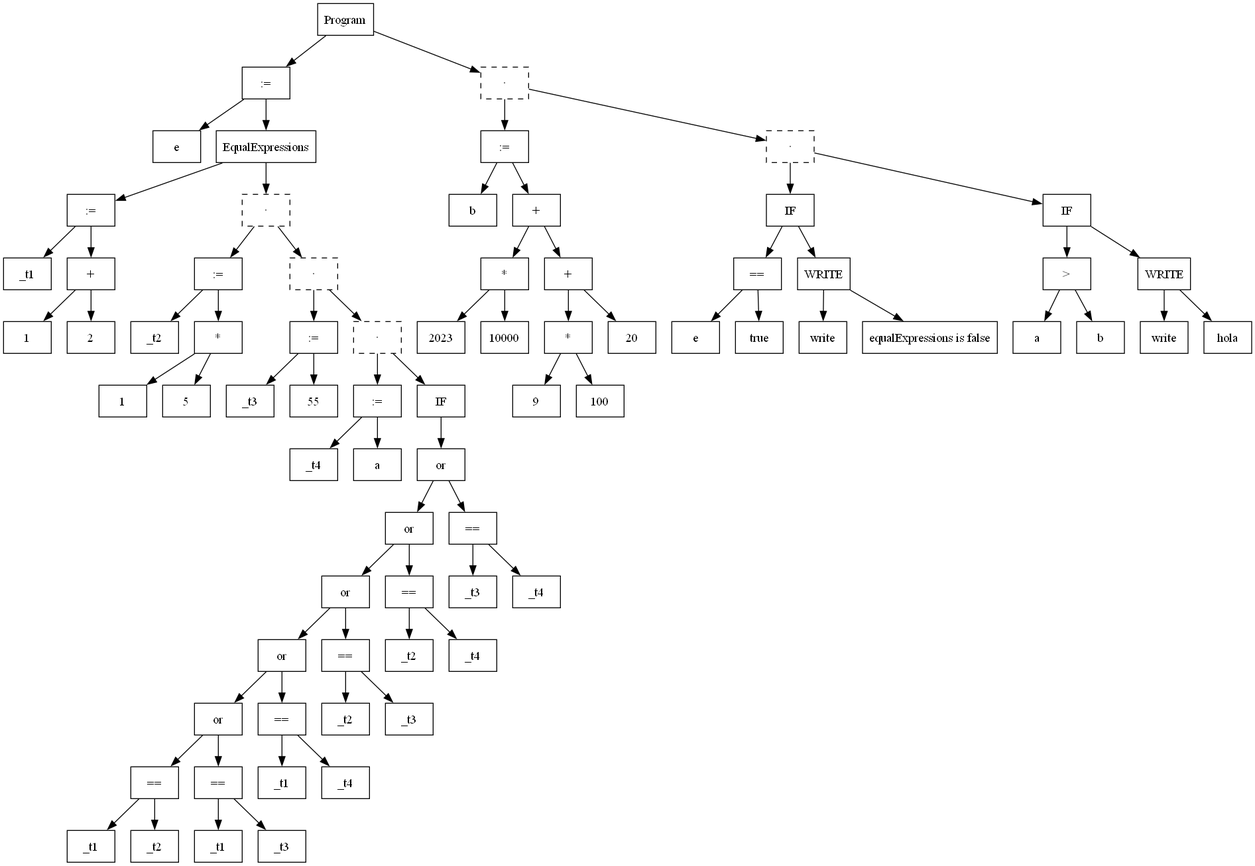
This is intermediate-code.png from Ailenpadilla/my-compiler, a Graphviz export, as it was before one commit. Its source is kept beside it as intermediate-code.dot.
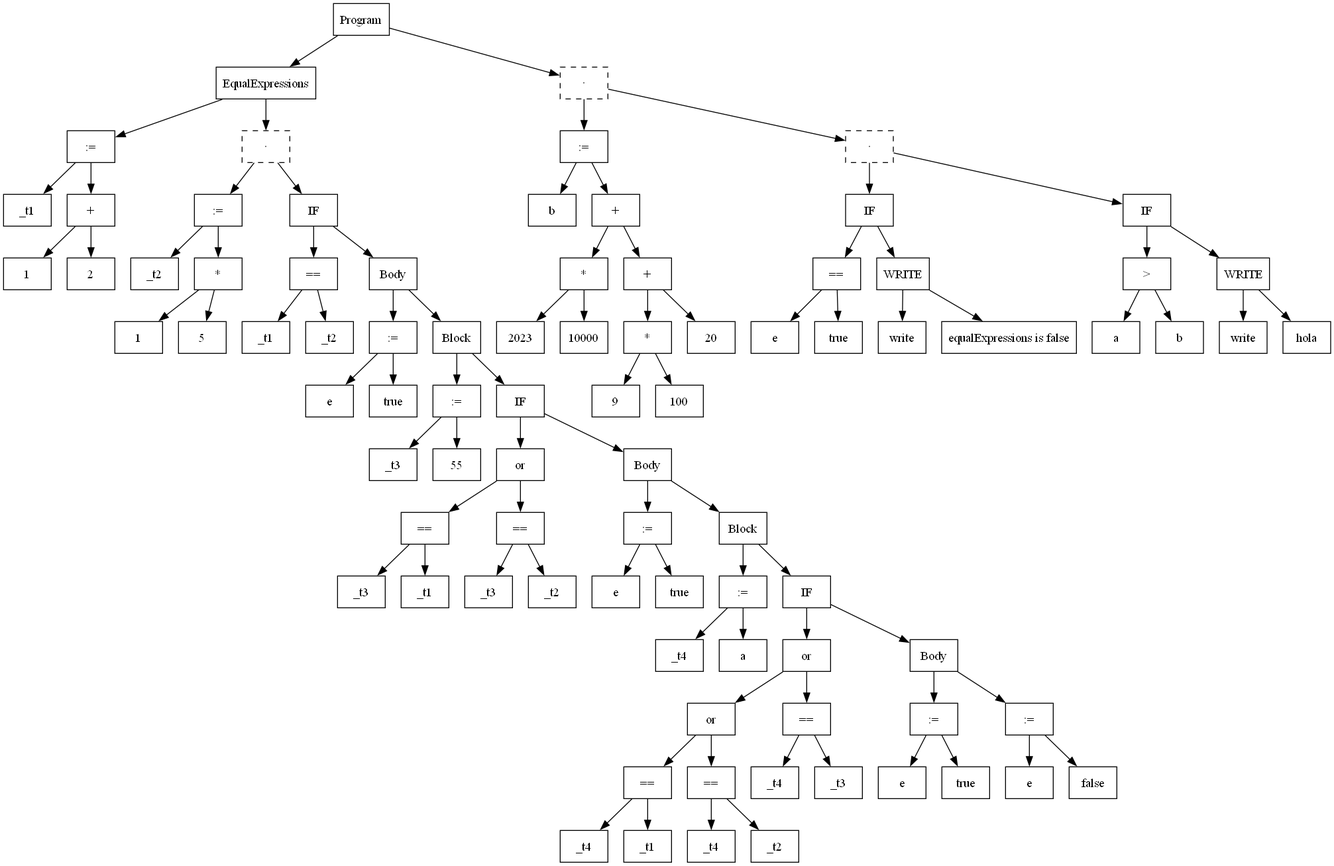
After the commit.

The edit, as a diff of the source:
```diff
@@ -2,149 +2,175 @@
   node [shape=box];
   n1 [label="Program"];
   n1 -> n2;
-  n2 [label=":="];
-  n3 [label="e"];
+  n2 [label="EqualExpressions"];
   n2 -> n3;
-  n2 -> n4;
-  n4 [label="EqualExpressions"];
-  n4 -> n5;
-  n5 [label=":="];
-  n6 [label="_t1"];
+  n3 [label=":="];
+  n4 [label="_t1"];
+  n3 -> n4;
+  n3 -> n5;
+  n5 [label="+"];
   n5 -> n6;
+  n6 [label="1"];
   n5 -> n7;
-  n7 [label="+"];
-  n7 -> n8;
-  n8 [label="1"];
-  n7 -> n9;
-  n9 [label="2"];
-  n10 [label="·", style="dashed"];
-  n10 -> n11;
-  n11 [label=":="];
-  n12 [label="_t2"];
+  n7 [label="2"];
+  n8 [label="·", style="dashed"];
+  n8 -> n9;
+  n9 [label=":="];
+  n10 [label="_t2"];
+  n9 -> n10;
+  n9 -> n11;
+  n11 [label="*"];
   n11 -> n12;
+  n12 [label="1"];
   n11 -> n13;
-  n13 [label="*"];
-  n13 -> n14;
-  n14 [label="1"];
-  n13 -> n15;
-  n15 [label="5"];
-  n16 [label="·", style="dashed"];
-  n16 -> n17;
-  n17 [label=":="];
-  n18 [label="_t3"];
-  n17 -> n18;
-  n17 -> n19;
-  n19 [label="55"];
-  n20 [label="·", style="dashed"];
-  n20 -> n21;
-  n21 [label=":="];
-  n22 [label="_t4"];
-  n21 -> n22;
-  n21 -> n23;
-  n23 [label="a"];
-  n20 -> n24;
-  n24 [label="IF"];
-  n24 -> n25;
-  n25 [label="or"];
-  n25 -> n26;
-  n26 [label="or"];
+  n13 [label="5"];
+  n8 -> n14;
+  n14 [label="IF"];
+  n14 -> n15;
+  n15 [label="=="];
+  n16 [label="_t1"];
+  n15 -> n16;
+  n17 [label="_t2"];
+  n15 -> n17;
+  n14 -> n18;
+  n18 [label="Body"];
+  n18 -> n19;
+  n19 [label=":="];
+  n20 [label="e"];
+  n19 -> n20;
+  n19 -> n21;
+  n21 [label="true"];
+  n18 -> n22;
+  n22 [label="Block"];
+  n22 -> n23;
+  n23 [label=":="];
+  n24 [label="_t3"];
+  n23 -> n24;
+  n23 -> n25;
+  n25 [label="55"];
+  n22 -> n26;
+  n26 [label="IF"];
   n26 -> n27;
   n27 [label="or"];
   n27 -> n28;
-  n28 [label="or"];
+  n28 [label="=="];
+  n29 [label="_t3"];
   n28 -> n29;
-  n29 [label="or"];
-  n29 -> n30;
-  n30 [label="=="];
-  n31 [label="_t1"];
-  n30 -> n31;
-  n32 [label="_t2"];
-  n30 -> n32;
-  n29 -> n33;
-  n33 [label="=="];
-  n34 [label="_t1"];
-  n33 -> n34;
-  n35 [label="_t3"];
-  n33 -> n35;
-  n28 -> n36;
-  n36 [label="=="];
-  n37 [label="_t1"];
-  n36 -> n37;
-  n38 [label="_t4"];
-  n36 -> n38;
-  n27 -> n39;
-  n39 [label="=="];
-  n40 [label="_t2"];
+  n30 [label="_t1"];
+  n28 -> n30;
+  n27 -> n31;
+  n31 [label="=="];
+  n32 [label="_t3"];
+  n31 -> n32;
+  n33 [label="_t2"];
+  n31 -> n33;
+  n26 -> n34;
+  n34 [label="Body"];
+  n34 -> n35;
+  n35 [label=":="];
+  n36 [label="e"];
+  n35 -> n36;
+  n35 -> n37;
+  n37 [label="true"];
+  n34 -> n38;
+  n38 [label="Block"];
+  n38 -> n39;
+  n39 [label=":="];
+  n40 [label="_t4"];
   n39 -> n40;
-  n41 [label="_t3"];
   n39 -> n41;
-  n26 -> n42;
-  n42 [label="=="];
-  n43 [label="_t2"];
+  n41 [label="a"];
+  n38 -> n42;
+  n42 [label="IF"];
   n42 -> n43;
-  n44 [label="_t4"];
-  n42 -> n44;
-  n25 -> n45;
+  n43 [label="or"];
+  n43 -> n44;
+  n44 [label="or"];
+  n44 -> n45;
   n45 [label="=="];
-  n46 [label="_t3"];
+  n46 [label="_t4"];
   n45 -> n46;
-  n47 [label="_t4"];
+  n47 [label="_t1"];
   n45 -> n47;
-  n16 -> n20;
-  n10 -> n16;
-  n4 -> n10;
-  n48 [label="·", style="dashed"];
+  n44 -> n48;
+  n48 [label="=="];
+  n49 [label="_t4"];
   n48 -> n49;
-  n49 [label=":="];
-  n50 [label="b"];
-  n49 -> n50;
-  n49 -> n51;
-  n51 [label="+"];
+  n50 [label="_t2"];
+  n48 -> n50;
+  n43 -> n51;
+  n51 [label="=="];
+  n52 [label="_t4"];
   n51 -> n52;
-  n52 [label="*"];
-  n52 -> n53;
-  n53 [label="2023"];
-  n52 -> n54;
-  n54 [label="10000"];
-  n51 -> n55;
-  n55 [label="+"];
+  n53 [label="_t3"];
+  n51 -> n53;
+  n42 -> n54;
+  n54 [label="Body"];
+  n54 -> n55;
+  n55 [label=":="];
+  n56 [label="e"];
   n55 -> n56;
-  n56 [label="*"];
-  n56 -> n57;
-  n57 [label="9"];
-  n56 -> n58;
-  n58 [label="100"];
-  n55 -> n59;
-  n59 [label="20"];
-  n60 [label="·", style="dashed"];
-  n60 -> n61;
-  n61 [label="IF"];
+  n55 -> n57;
+  n57 [label="true"];
+  n54 -> n58;
+  n58 [label=":="];
+  n59 [label="e"];
+  n58 -> n59;
+  n58 -> n60;
+  n60 [label="false"];
+  n2 -> n8;
+  n61 [label="·", style="dashed"];
   n61 -> n62;
-  n62 [label="=="];
+  n62 [label=":="];
+  n63 [label="b"];
   n62 -> n63;
-  n63 [label="e"];
   n62 -> n64;
-  n64 [label="true"];
-  n61 -> n65;
-  n65 [label="WRITE"];
-  n66 [label="write"];
+  n64 [label="+"];
+  n64 -> n65;
+  n65 [label="*"];
   n65 -> n66;
-  n67 [label="equalExpressions is false"];
+  n66 [label="2023"];
   n65 -> n67;
-  n60 -> n68;
-  n68 [label="IF"];
+  n67 [label="10000"];
+  n64 -> n68;
+  n68 [label="+"];
   n68 -> n69;
-  n69 [label=">"];
+  n69 [label="*"];
   n69 -> n70;
-  n70 [label="a"];
+  n70 [label="9"];
   n69 -> n71;
-  n71 [label="b"];
+  n71 [label="100"];
   n68 -> n72;
-  n72 [label="WRITE"];
-  n73 [label="write"];
-  n72 -> n73;
-  n74 [label="hola"];
-  n72 -> n74;
-  n48 -> n60;
-  n1 -> n48;
+  n72 [label="20"];
+  n73 [label="·", style="dashed"];
+  n73 -> n74;
+  n74 [label="IF"];
+  n74 -> n75;
+  n75 [label="=="];
+  n75 -> n76;
+  n76 [label="e"];
+  n75 -> n77;
+  n77 [label="true"];
+  n74 -> n78;
+  n78 [label="WRITE"];
+  n79 [label="write"];
+  n78 -> n79;
+  n80 [label="equalExpressions is false"];
+  n78 -> n80;
+  n73 -> n81;
+  n81 [label="IF"];
+  n81 -> n82;
+  n82 [label=">"];
+  n82 -> n83;
+  n83 [label="a"];
+  n82 -> n84;
+  n84 [label="b"];
+  n81 -> n85;
+  n85 [label="WRITE"];
+  n86 [label="write"];
+  n85 -> n86;
+  n87 [label="hola"];
+  n85 -> n87;
+  n61 -> n73;
+  n1 -> n61;
 }
```
